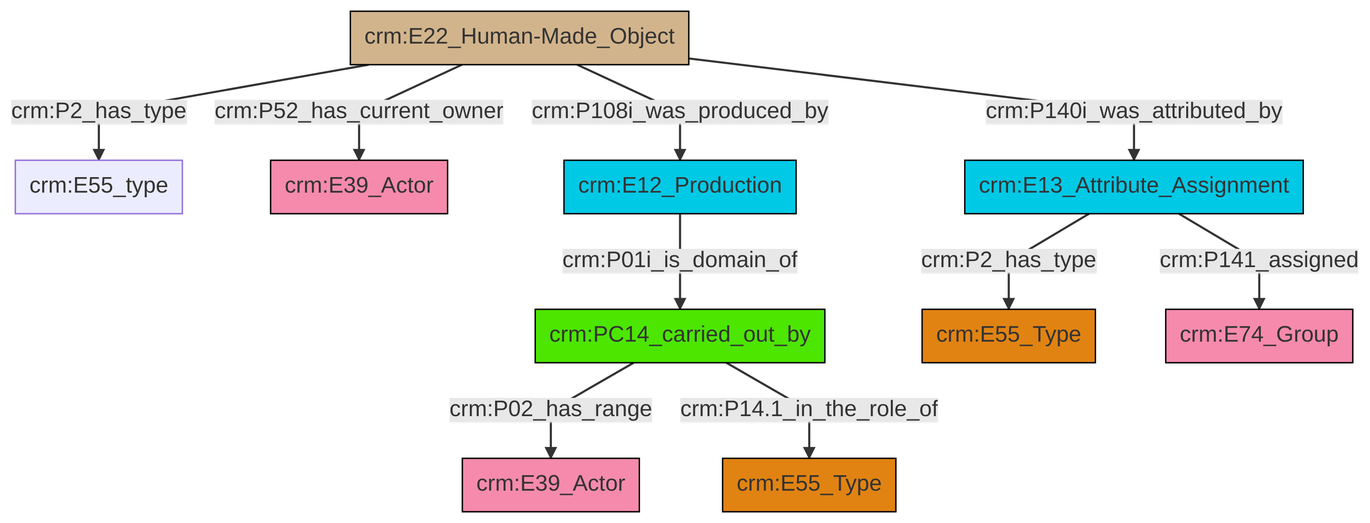
The Mermaid diagram et/builtWorkCSV/ttl/mmd/png/Built_Work_actor_relations.png in swiss-art-research-net/reference-data-models, before a commit. Its source is kept beside it as et/builtWorkCSV/ttl/mmd/Built_Work_actor_relations.ttl.mmd.
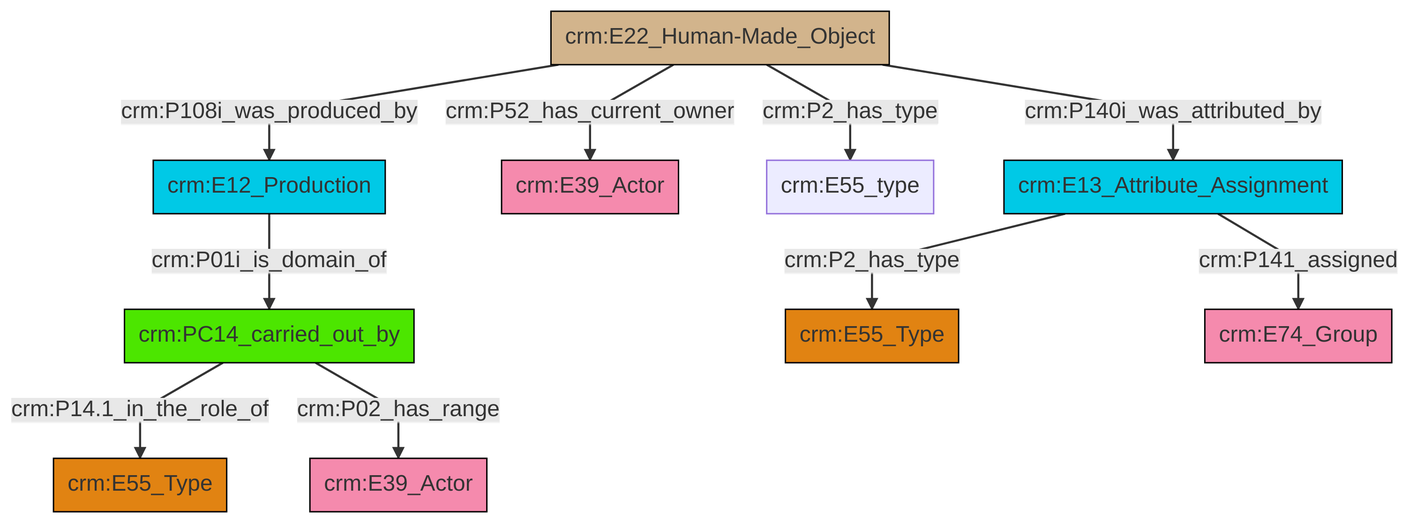
After the commit.

Diff of the diagram source:
```diff
@@ -13,12 +13,12 @@
 classDef PC_Classes fill:#4ce600, stroke:#000000;
 classDef Multi fill:#cccccc,stroke:#000000;
 
-0["crm:E22_Human-Made_Object"]:::Physical_Thing -->|crm:P2_has_type| 1["crm:E55_type"]:::Default
-2["crm:PC14_carried_out_by"]:::PC_Classes -->|crm:P02_has_range| 3["crm:E39_Actor"]:::Actor
-8["crm:E13_Attribute_Assignment"]:::Temporal_Entity -->|crm:P2_has_type| 6["crm:E55_Type"]:::Type
-9["crm:E12_Production"]:::Temporal_Entity -->|crm:P01i_is_domain_of| 2["crm:PC14_carried_out_by"]:::PC_Classes
-0["crm:E22_Human-Made_Object"]:::Physical_Thing -->|crm:P52_has_current_owner| 4["crm:E39_Actor"]:::Actor
-0["crm:E22_Human-Made_Object"]:::Physical_Thing -->|crm:P140i_was_attributed_by| 8["crm:E13_Attribute_Assignment"]:::Temporal_Entity
-0["crm:E22_Human-Made_Object"]:::Physical_Thing -->|crm:P108i_was_produced_by| 9["crm:E12_Production"]:::Temporal_Entity
-8["crm:E13_Attribute_Assignment"]:::Temporal_Entity -->|crm:P141_assigned| 15["crm:E74_Group"]:::Actor
-2["crm:PC14_carried_out_by"]:::PC_Classes -->|crm:P14.1_in_the_role_of| 16["crm:E55_Type"]:::Type
+0["crm:E22_Human-Made_Object"]:::Physical_Thing -->|crm:P140i_was_attributed_by| 1["crm:E13_Attribute_Assignment"]:::Temporal_Entity
+0["crm:E22_Human-Made_Object"]:::Physical_Thing -->|crm:P52_has_current_owner| 2["crm:E39_Actor"]:::Actor
+0["crm:E22_Human-Made_Object"]:::Physical_Thing -->|crm:P2_has_type| 5["crm:E55_type"]:::Default
+3["crm:PC14_carried_out_by"]:::PC_Classes -->|crm:P14.1_in_the_role_of| 8["crm:E55_Type"]:::Type
+10["crm:E12_Production"]:::Temporal_Entity -->|crm:P01i_is_domain_of| 3["crm:PC14_carried_out_by"]:::PC_Classes
+1["crm:E13_Attribute_Assignment"]:::Temporal_Entity -->|crm:P2_has_type| 12["crm:E55_Type"]:::Type
+1["crm:E13_Attribute_Assignment"]:::Temporal_Entity -->|crm:P141_assigned| 16["crm:E74_Group"]:::Actor
+3["crm:PC14_carried_out_by"]:::PC_Classes -->|crm:P02_has_range| 6["crm:E39_Actor"]:::Actor
+0["crm:E22_Human-Made_Object"]:::Physical_Thing -->|crm:P108i_was_produced_by| 10["crm:E12_Production"]:::Temporal_Entity
```
